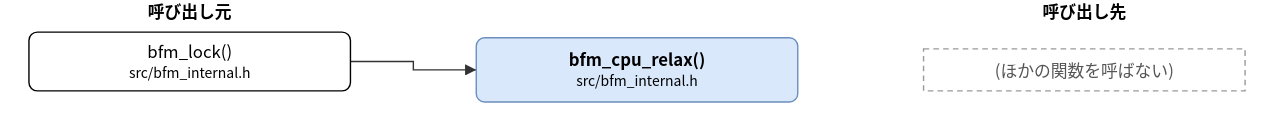
The draw.io diagram doc/spec/images/call_src_bfm_internal-bfm_cpu_relax.drawio.svg in hf355051012-ai/bfmem, before a commit. Source tidied: cells renumbered, new cells last; positions are measured from the earlier drawing's top-left corner, leaving out a move shared by most shapes.
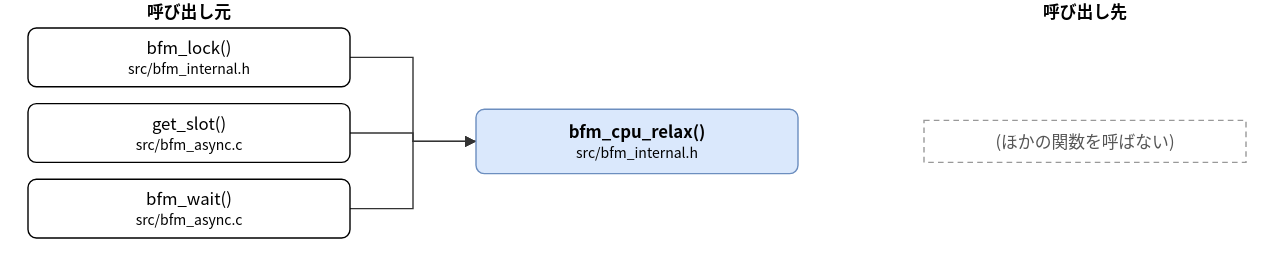
Later version of the same file.

Change to the diagram source:
```diff
@@ -3,22 +3,44 @@
     <mxCell id="0" />
     <mxCell id="1" parent="0" />
     <mxCell id="2" value="bfm_cpu_relax()&lt;br&gt;&lt;font style=&quot;font-size:10px&quot;&gt;src/bfm_internal.h&lt;/font&gt;" style="rounded=1;whiteSpace=wrap;html=1;fillColor=#dae8fc;strokeColor=#6c8ebf;fontStyle=1;" parent="1" vertex="1">
-      <mxGeometry x="320" y="27" width="230" height="46" as="geometry" />
+      <mxGeometry x="320" y="78" width="230" height="46" as="geometry" />
     </mxCell>
     <mxCell id="3" value="bfm_lock()&lt;br&gt;&lt;font style=&quot;font-size:10px&quot;&gt;src/bfm_internal.h&lt;/font&gt;" style="rounded=1;whiteSpace=wrap;html=1;" parent="1" vertex="1">
-      <mxGeometry y="23" width="230" height="42" as="geometry" />
+      <mxGeometry y="20" width="230" height="42" as="geometry" />
     </mxCell>
+    <mxCell id="8" value="get_slot()&lt;br&gt;&lt;font style=&quot;font-size:10px&quot;&gt;src/bfm_async.c&lt;/font&gt;" style="rounded=1;whiteSpace=wrap;html=1;" parent="1" vertex="1">
+      <mxGeometry y="74" width="230" height="42" as="geometry" />
+    </mxCell>
+    <mxCell id="9" value="bfm_wait()&lt;br&gt;&lt;font style=&quot;font-size:10px&quot;&gt;src/bfm_async.c&lt;/font&gt;" style="rounded=1;whiteSpace=wrap;html=1;" parent="1" vertex="1">
+      <mxGeometry y="128" width="230" height="42" as="geometry" />
+    </mxCell>
     <mxCell id="4" value="(ほかの関数を呼ばない)" style="rounded=0;whiteSpace=wrap;html=1;dashed=1;strokeColor=#999999;fontColor=#555555;dashed=1;" parent="1" vertex="1">
-      <mxGeometry x="640" y="35" width="230" height="30" as="geometry" />
+      <mxGeometry x="640" y="86" width="230" height="30" as="geometry" />
     </mxCell>
     <mxCell id="5" style="edgeStyle=none;html=1;rounded=0;endArrow=block;endFill=1;exitX=1.0000;exitY=0.5000;exitDx=0;exitDy=0;exitPerimeter=0;entryX=0.0000;entryY=0.5000;entryDx=0;entryDy=0;entryPerimeter=0;" parent="1" edge="1" source="3" target="2">
       <mxGeometry relative="1" as="geometry">
         <Array as="points">
-          <mxPoint x="275" y="44" />
-          <mxPoint x="275" y="50" />
+          <mxPoint x="275" y="41" />
+          <mxPoint x="275" y="101" />
         </Array>
       </mxGeometry>
     </mxCell>
+    <mxCell id="10" style="edgeStyle=none;html=1;rounded=0;endArrow=block;endFill=1;exitX=1.0000;exitY=0.5000;exitDx=0;exitDy=0;exitPerimeter=0;entryX=0.0000;entryY=0.5000;entryDx=0;entryDy=0;entryPerimeter=0;" parent="1" edge="1" source="8" target="2">
+      <mxGeometry relative="1" as="geometry">
+        <Array as="points">
+          <mxPoint x="275" y="95" />
+          <mxPoint x="275" y="101" />
+        </Array>
+      </mxGeometry>
+    </mxCell>
+    <mxCell id="11" style="edgeStyle=none;html=1;rounded=0;endArrow=block;endFill=1;exitX=1.0000;exitY=0.5000;exitDx=0;exitDy=0;exitPerimeter=0;entryX=0.0000;entryY=0.5000;entryDx=0;entryDy=0;entryPerimeter=0;" parent="1" edge="1" source="9" target="2">
+      <mxGeometry relative="1" as="geometry">
+        <Array as="points">
+          <mxPoint x="275" y="149" />
+          <mxPoint x="275" y="101" />
+        </Array>
+      </mxGeometry>
+    </mxCell>
     <mxCell id="6" value="呼び出し元" style="text;html=1;align=center;fontStyle=1;" parent="1" vertex="1">
       <mxGeometry x="35" width="160" height="18" as="geometry" />
     </mxCell>
```
